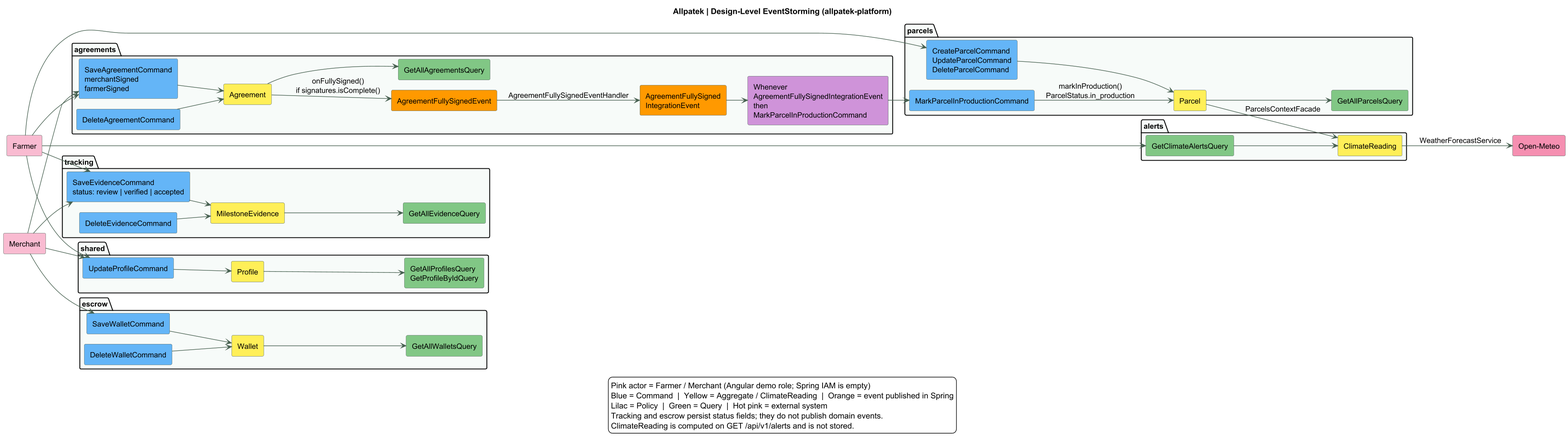
Before: assets/chapter-04/architecture/01-eventstorming.png, a diagram exported from PlantUML (upc-pre-202620-1asi0729-7753-Terranova/allpatek-report). The source it was exported from:
```plantuml
@startuml
!pragma layout smetana
skinparam backgroundColor white
skinparam defaultFontName SansSerif
skinparam defaultFontSize 13
skinparam shadowing false
skinparam ArrowColor #476050
skinparam RectangleBorderColor #5D6D67
skinparam wrapWidth 200
skinparam dpi 135

title Allpatek | Design-Level EventStorming (allpatek-platform)
left to right direction

rectangle "Farmer" as farmer #F8BBD0
rectangle "Merchant" as merchant #F8BBD0

package "parcels" #F7FAF8 {
  rectangle "CreateParcelCommand\nUpdateParcelCommand\nDeleteParcelCommand" as parcelCmd #64B5F6
  rectangle "Parcel" as parcelAgg #FFEE58
  rectangle "GetAllParcelsQuery" as parcelQ #81C784
  rectangle "MarkParcelInProductionCommand" as markCmd #64B5F6
}

package "agreements" #F7FAF8 {
  rectangle "SaveAgreementCommand\nmerchantSigned\nfarmerSigned" as agrCmd #64B5F6
  rectangle "DeleteAgreementCommand" as agrDel #64B5F6
  rectangle "Agreement" as agrAgg #FFEE58
  rectangle "AgreementFullySignedEvent" as agrEvt #FF9800
  rectangle "AgreementFullySigned\nIntegrationEvent" as agrInt #FF9800
  rectangle "Whenever AgreementFullySignedIntegrationEvent\nthen MarkParcelInProductionCommand" as policy #CE93D8
  rectangle "GetAllAgreementsQuery" as agrQ #81C784
}

package "tracking" #F7FAF8 {
  rectangle "SaveEvidenceCommand\nstatus: review | verified | accepted" as evCmd #64B5F6
  rectangle "DeleteEvidenceCommand" as evDel #64B5F6
  rectangle "MilestoneEvidence" as evAgg #FFEE58
  rectangle "GetAllEvidenceQuery" as evQ #81C784
}

package "escrow" #F7FAF8 {
  rectangle "SaveWalletCommand" as wCmd #64B5F6
  rectangle "DeleteWalletCommand" as wDel #64B5F6
  rectangle "Wallet" as wAgg #FFEE58
  rectangle "GetAllWalletsQuery" as wQ #81C784
}

package "alerts" #F7FAF8 {
  rectangle "GetClimateAlertsQuery" as alQ #81C784
  rectangle "ClimateReading" as climate #FFEE58
}

package "shared" #F7FAF8 {
  rectangle "UpdateProfileCommand" as pCmd #64B5F6
  rectangle "Profile" as pAgg #FFEE58
  rectangle "GetAllProfilesQuery\nGetProfileByIdQuery" as pQ #81C784
}

rectangle "Open-Meteo" as meteo #F48FB1

farmer --> parcelCmd
parcelCmd --> parcelAgg
parcelAgg --> parcelQ

farmer --> agrCmd
merchant --> agrCmd
agrCmd --> agrAgg
agrDel --> agrAgg
agrAgg --> agrEvt : onFullySigned()\nif signatures.isComplete()
agrEvt --> agrInt : AgreementFullySignedEventHandler
agrInt --> policy
policy --> markCmd
markCmd --> parcelAgg : markInProduction()\nParcelStatus.in_production
agrAgg --> agrQ

farmer --> evCmd
merchant --> evCmd
evCmd --> evAgg
evDel --> evAgg
evAgg --> evQ

merchant --> wCmd
wCmd --> wAgg
wDel --> wAgg
wAgg --> wQ

farmer --> alQ
alQ --> climate
parcelAgg --> climate : ParcelsContextFacade
climate --> meteo : WeatherForecastService

farmer --> pCmd
merchant --> pCmd
pCmd --> pAgg
pAgg --> pQ

legend bottom
  Pink actor = Farmer / Merchant (Angular demo role; Spring IAM is empty)
  Blue = Command  |  Yellow = Aggregate / ClimateReading  |  Orange = event published in Spring
  Lilac = Policy  |  Green = Query  |  Hot pink = external system
  Tracking and escrow persist status fields; they do not publish domain events.
  ClimateReading is computed on GET /api/v1/alerts and is not stored.
endlegend
@enduml
```
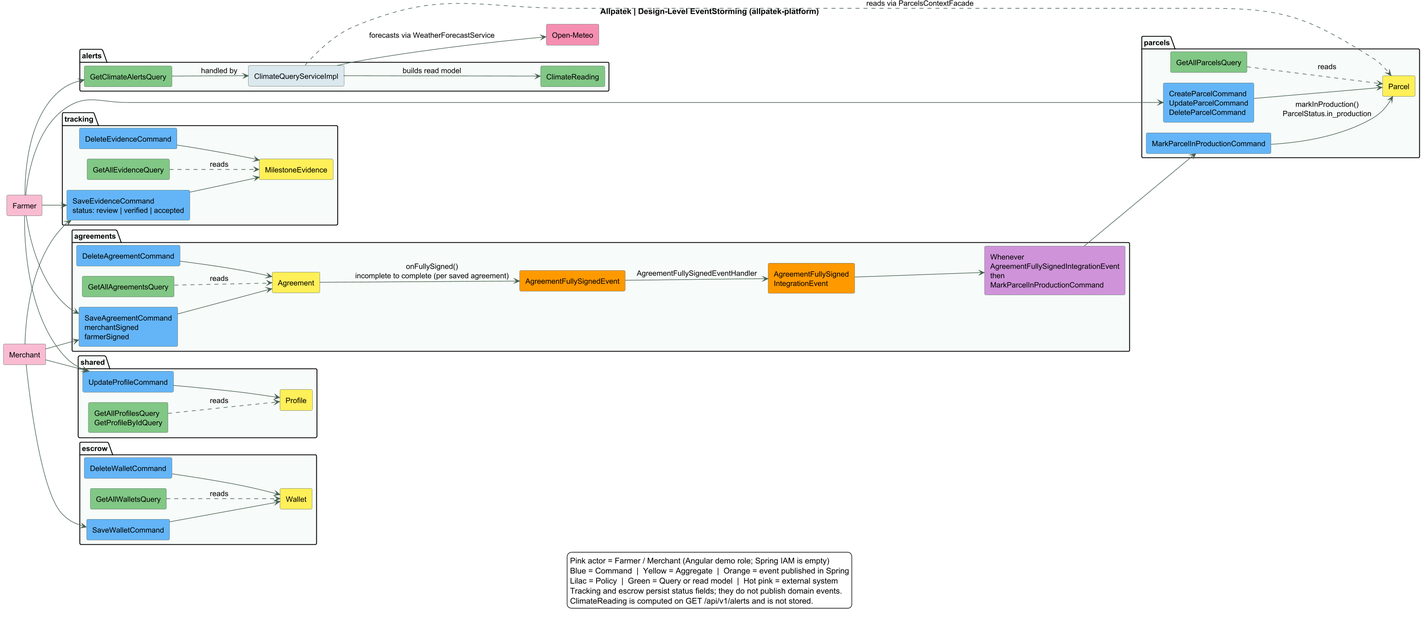
After the change.

Commit message:
docs(eventstorming): trace the season lifecycle and implemented event policy

What changed in the source:
```diff
@@ -48,7 +48,8 @@
 
 package "alerts" #F7FAF8 {
   rectangle "GetClimateAlertsQuery" as alQ #81C784
-  rectangle "ClimateReading" as climate #FFEE58
+  rectangle "ClimateReading" as climate #81C784
+  rectangle "ClimateQueryServiceImpl" as climateSvc #DBE8EF
 }
 
 package "shared" #F7FAF8 {
@@ -61,44 +62,45 @@
 
 farmer --> parcelCmd
 parcelCmd --> parcelAgg
-parcelAgg --> parcelQ
+parcelQ ..> parcelAgg : reads
 
 farmer --> agrCmd
 merchant --> agrCmd
 agrCmd --> agrAgg
 agrDel --> agrAgg
-agrAgg --> agrEvt : onFullySigned()\nif signatures.isComplete()
+agrAgg --> agrEvt : onFullySigned()\nincomplete to complete (per saved agreement)
 agrEvt --> agrInt : AgreementFullySignedEventHandler
 agrInt --> policy
 policy --> markCmd
 markCmd --> parcelAgg : markInProduction()\nParcelStatus.in_production
-agrAgg --> agrQ
+agrQ ..> agrAgg : reads
 
 farmer --> evCmd
 merchant --> evCmd
 evCmd --> evAgg
 evDel --> evAgg
-evAgg --> evQ
+evQ ..> evAgg : reads
 
 merchant --> wCmd
 wCmd --> wAgg
 wDel --> wAgg
-wAgg --> wQ
+wQ ..> wAgg : reads
 
 farmer --> alQ
-alQ --> climate
-parcelAgg --> climate : ParcelsContextFacade
-climate --> meteo : WeatherForecastService
+alQ --> climateSvc : handled by
+climateSvc ..> parcelAgg : reads via ParcelsContextFacade
+climateSvc --> meteo : forecasts via WeatherForecastService
+climateSvc --> climate : builds read model
 
 farmer --> pCmd
 merchant --> pCmd
 pCmd --> pAgg
-pAgg --> pQ
+pQ ..> pAgg : reads
 
 legend bottom
   Pink actor = Farmer / Merchant (Angular demo role; Spring IAM is empty)
-  Blue = Command  |  Yellow = Aggregate / ClimateReading  |  Orange = event published in Spring
-  Lilac = Policy  |  Green = Query  |  Hot pink = external system
+  Blue = Command  |  Yellow = Aggregate  |  Orange = event published in Spring
+  Lilac = Policy  |  Green = Query or read model  |  Hot pink = external system
   Tracking and escrow persist status fields; they do not publish domain events.
   ClimateReading is computed on GET /api/v1/alerts and is not stored.
 endlegend
```
